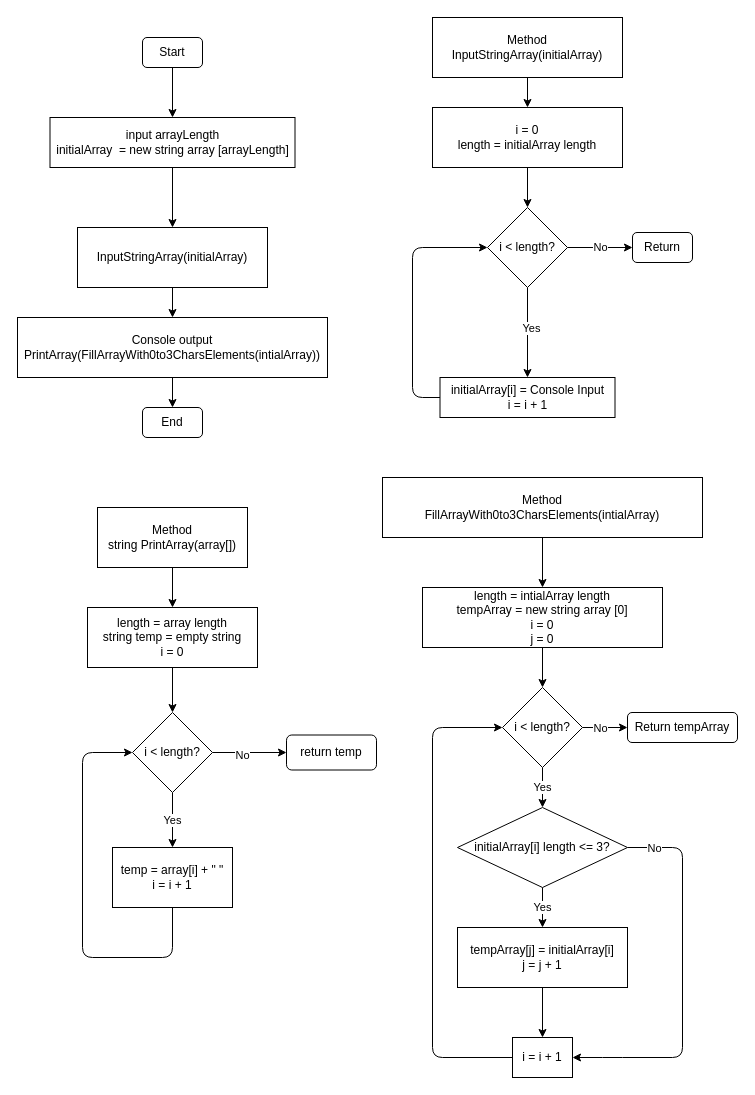
Before: BlockDiagram.drawio in MaksimDorokhin/GBBlock1TestWork, a draw.io diagram. Source tidied: cells renumbered, new cells numbered last; positions are measured from the earlier drawing's top-left corner, leaving out a move shared by most shapes. Both pictures are drawn from the tidied source at 100%, with x=0, y=0 at pixel (17, 17).
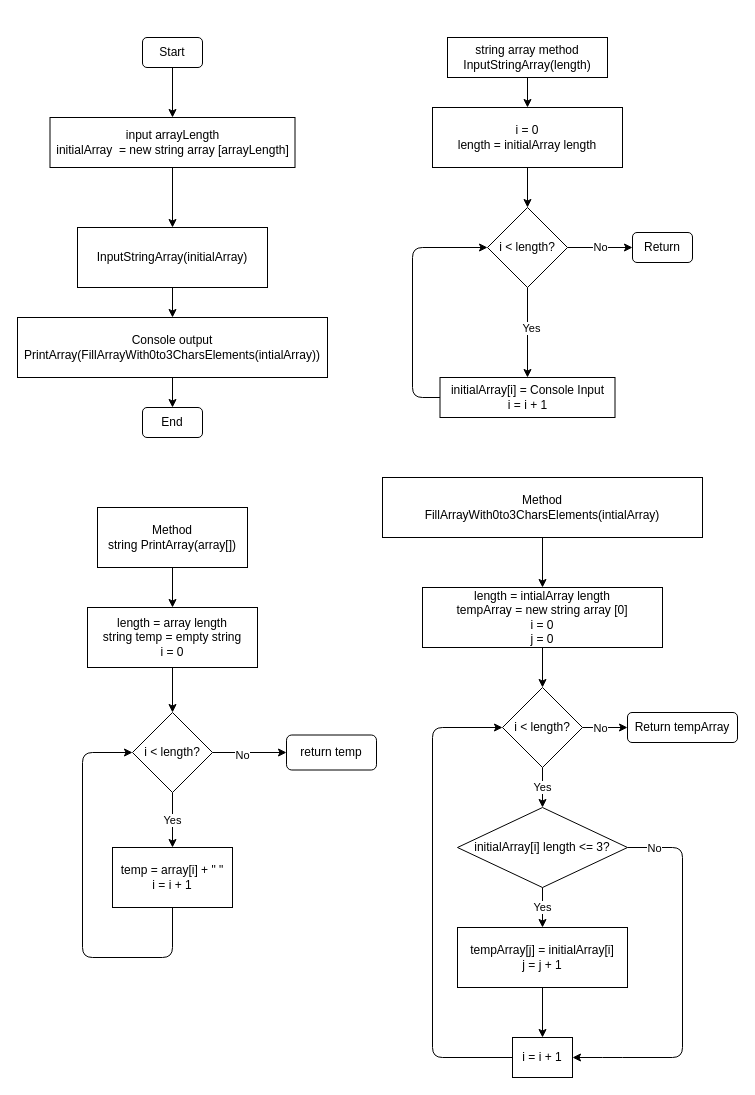
After the change.

Commit message (it also covers changes not shown here):
Added ArrayOf0to3Chars pjt + modified InputArray method on Block diagram according to it

What changed in the source:
```diff
@@
-    <mxCell id="12" value="Method&lt;br&gt;InputStringArray(initialArray)" style="rounded=0;whiteSpace=wrap;html=1;" parent="1" vertex="1">
-      <mxGeometry x="415" width="190" height="60" as="geometry" />
+    <mxCell id="12" value="string array method&lt;br&gt;InputStringArray(length)" style="rounded=0;whiteSpace=wrap;html=1;" parent="1" vertex="1">
+      <mxGeometry x="430" y="20" width="160" height="40" as="geometry" />
     </mxCell>
```
